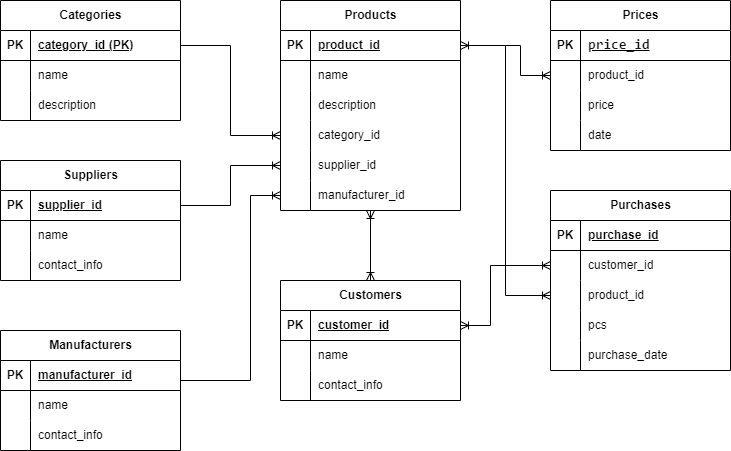
dvlonkin/database_otus keeps this draw.io diagram as Структура БД.png. Above is the earlier version. Source tidied: cells renumbered, new cells last; positions are measured from the earlier drawing's top-left corner, leaving out a move shared by most shapes.
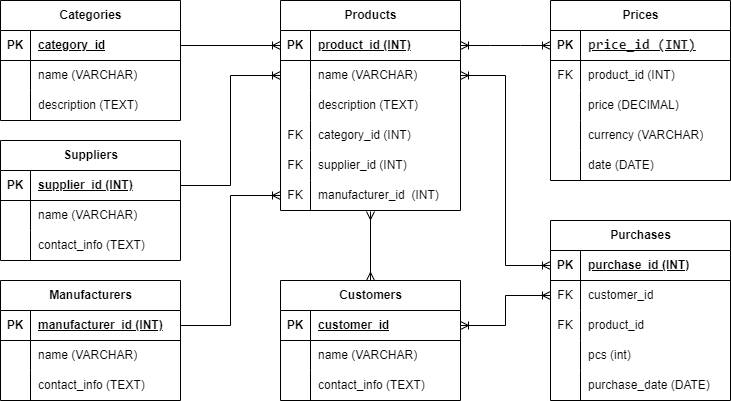
The same file after the commit.

The edit, as a diff of the source:
```diff
@@ -16,3 +16,3 @@
     </mxCell>
-    <mxCell id="6" value="category_id (PK)" style="shape=partialRectangle;fillColor=none;top=0;left=0;bottom=0;right=0;align=left;spacingLeft=6;fontStyle=5;overflow=hidden;whiteSpace=wrap;html=1;" parent="4" vertex="1">
+    <mxCell id="6" value="category_id" style="shape=partialRectangle;fillColor=none;top=0;left=0;bottom=0;right=0;align=left;spacingLeft=6;fontStyle=5;overflow=hidden;whiteSpace=wrap;html=1;" parent="4" vertex="1">
       <mxGeometry x="30" width="150" height="30" as="geometry" />
@@ -25,3 +25,3 @@
     </mxCell>
-    <mxCell id="9" value="name" style="shape=partialRectangle;fillColor=none;top=0;left=0;bottom=0;right=0;align=left;spacingLeft=6;overflow=hidden;whiteSpace=wrap;html=1;" parent="7" vertex="1">
+    <mxCell id="9" value="name&amp;nbsp;(VARCHAR)" style="shape=partialRectangle;fillColor=none;top=0;left=0;bottom=0;right=0;align=left;spacingLeft=6;overflow=hidden;whiteSpace=wrap;html=1;" parent="7" vertex="1">
       <mxGeometry x="30" width="150" height="30" as="geometry" />
@@ -34,3 +34,3 @@
     </mxCell>
-    <mxCell id="12" value="description" style="shape=partialRectangle;fillColor=none;top=0;left=0;bottom=0;right=0;align=left;spacingLeft=6;overflow=hidden;whiteSpace=wrap;html=1;" parent="10" vertex="1">
+    <mxCell id="12" value="description&amp;nbsp;(TEXT)" style="shape=partialRectangle;fillColor=none;top=0;left=0;bottom=0;right=0;align=left;spacingLeft=6;overflow=hidden;whiteSpace=wrap;html=1;" parent="10" vertex="1">
       <mxGeometry x="30" width="150" height="30" as="geometry" />
@@ -49,3 +49,3 @@
     </mxCell>
-    <mxCell id="17" value="product_id" style="shape=partialRectangle;fillColor=none;top=0;left=0;bottom=0;right=0;align=left;spacingLeft=6;fontStyle=5;overflow=hidden;whiteSpace=wrap;html=1;" parent="15" vertex="1">
+    <mxCell id="17" value="product_id (INT)" style="shape=partialRectangle;fillColor=none;top=0;left=0;bottom=0;right=0;align=left;spacingLeft=6;fontStyle=5;overflow=hidden;whiteSpace=wrap;html=1;" parent="15" vertex="1">
       <mxGeometry x="30" width="150" height="30" as="geometry" />
@@ -58,3 +58,3 @@
     </mxCell>
-    <mxCell id="20" value="name" style="shape=partialRectangle;fillColor=none;top=0;left=0;bottom=0;right=0;align=left;spacingLeft=6;overflow=hidden;whiteSpace=wrap;html=1;" parent="18" vertex="1">
+    <mxCell id="20" value="name (VARCHAR)" style="shape=partialRectangle;fillColor=none;top=0;left=0;bottom=0;right=0;align=left;spacingLeft=6;overflow=hidden;whiteSpace=wrap;html=1;" parent="18" vertex="1">
       <mxGeometry x="30" width="150" height="30" as="geometry" />
@@ -67,3 +67,3 @@
     </mxCell>
-    <mxCell id="23" value="description" style="shape=partialRectangle;fillColor=none;top=0;left=0;bottom=0;right=0;align=left;spacingLeft=6;overflow=hidden;whiteSpace=wrap;html=1;" parent="21" vertex="1">
+    <mxCell id="23" value="description (TEXT)" style="shape=partialRectangle;fillColor=none;top=0;left=0;bottom=0;right=0;align=left;spacingLeft=6;overflow=hidden;whiteSpace=wrap;html=1;" parent="21" vertex="1">
       <mxGeometry x="30" width="150" height="30" as="geometry" />
@@ -73,6 +73,6 @@
     </mxCell>
-    <mxCell id="25" style="shape=partialRectangle;fillColor=none;top=0;left=0;bottom=0;right=0;overflow=hidden;whiteSpace=wrap;html=1;" parent="24" vertex="1">
+    <mxCell id="25" value="FK" style="shape=partialRectangle;fillColor=none;top=0;left=0;bottom=0;right=0;overflow=hidden;whiteSpace=wrap;html=1;" parent="24" vertex="1">
       <mxGeometry width="30" height="30" as="geometry" />
     </mxCell>
-    <mxCell id="26" value="category_id" style="shape=partialRectangle;fillColor=none;top=0;left=0;bottom=0;right=0;align=left;spacingLeft=6;overflow=hidden;whiteSpace=wrap;html=1;" parent="24" vertex="1">
+    <mxCell id="26" value="category_id (INT)" style="shape=partialRectangle;fillColor=none;top=0;left=0;bottom=0;right=0;align=left;spacingLeft=6;overflow=hidden;whiteSpace=wrap;html=1;" parent="24" vertex="1">
       <mxGeometry x="30" width="150" height="30" as="geometry" />
@@ -82,6 +82,6 @@
     </mxCell>
-    <mxCell id="28" style="shape=partialRectangle;fillColor=none;top=0;left=0;bottom=0;right=0;overflow=hidden;whiteSpace=wrap;html=1;" parent="27" vertex="1">
+    <mxCell id="28" value="FK" style="shape=partialRectangle;fillColor=none;top=0;left=0;bottom=0;right=0;overflow=hidden;whiteSpace=wrap;html=1;" parent="27" vertex="1">
       <mxGeometry width="30" height="30" as="geometry" />
     </mxCell>
-    <mxCell id="29" value="supplier_id" style="shape=partialRectangle;fillColor=none;top=0;left=0;bottom=0;right=0;align=left;spacingLeft=6;overflow=hidden;whiteSpace=wrap;html=1;" parent="27" vertex="1">
+    <mxCell id="29" value="supplier_id&amp;nbsp;(INT)" style="shape=partialRectangle;fillColor=none;top=0;left=0;bottom=0;right=0;align=left;spacingLeft=6;overflow=hidden;whiteSpace=wrap;html=1;" parent="27" vertex="1">
       <mxGeometry x="30" width="150" height="30" as="geometry" />
@@ -91,6 +91,6 @@
     </mxCell>
-    <mxCell id="31" style="shape=partialRectangle;fillColor=none;top=0;left=0;bottom=0;right=0;overflow=hidden;whiteSpace=wrap;html=1;" parent="30" vertex="1">
+    <mxCell id="31" value="FK" style="shape=partialRectangle;fillColor=none;top=0;left=0;bottom=0;right=0;overflow=hidden;whiteSpace=wrap;html=1;" parent="30" vertex="1">
       <mxGeometry width="30" height="30" as="geometry" />
     </mxCell>
-    <mxCell id="32" value="manufacturer_id" style="shape=partialRectangle;fillColor=none;top=0;left=0;bottom=0;right=0;align=left;spacingLeft=6;overflow=hidden;whiteSpace=wrap;html=1;" parent="30" vertex="1">
+    <mxCell id="32" value="manufacturer_id&amp;nbsp;&amp;nbsp;(INT)" style="shape=partialRectangle;fillColor=none;top=0;left=0;bottom=0;right=0;align=left;spacingLeft=6;overflow=hidden;whiteSpace=wrap;html=1;" parent="30" vertex="1">
       <mxGeometry x="30" width="150" height="30" as="geometry" />
@@ -101,3 +101,3 @@
     <mxCell id="34" value="Prices" style="shape=table;startSize=30;rowLines=0;fontStyle=1;align=center;html=1;" parent="33" vertex="1">
-      <mxGeometry width="180" height="150" as="geometry" />
+      <mxGeometry width="180" height="180" as="geometry" />
     </mxCell>
@@ -109,3 +109,3 @@
     </mxCell>
-    <mxCell id="37" value="&lt;font face=&quot;ui-monospace, SFMono-Regular, Menlo, Monaco, Consolas, Liberation Mono, Courier New, monospace&quot; color=&quot;#171717&quot;&gt;&lt;span style=&quot;font-size: 14px; white-space-collapse: break-spaces;&quot;&gt;price_id&lt;/span&gt;&lt;/font&gt;" style="shape=partialRectangle;fillColor=none;top=0;left=0;bottom=0;right=0;align=left;spacingLeft=6;fontStyle=5;overflow=hidden;whiteSpace=wrap;html=1;" parent="35" vertex="1">
+    <mxCell id="37" value="&lt;font face=&quot;ui-monospace, SFMono-Regular, Menlo, Monaco, Consolas, Liberation Mono, Courier New, monospace&quot; color=&quot;#171717&quot;&gt;&lt;span style=&quot;font-size: 14px; white-space-collapse: break-spaces;&quot;&gt;price_id (INT)&lt;/span&gt;&lt;/font&gt;" style="shape=partialRectangle;fillColor=none;top=0;left=0;bottom=0;right=0;align=left;spacingLeft=6;fontStyle=5;overflow=hidden;whiteSpace=wrap;html=1;" parent="35" vertex="1">
       <mxGeometry x="30" width="150" height="30" as="geometry" />
@@ -115,6 +115,6 @@
     </mxCell>
-    <mxCell id="39" style="shape=partialRectangle;fillColor=none;top=0;left=0;bottom=0;right=0;overflow=hidden;whiteSpace=wrap;html=1;" parent="38" vertex="1">
+    <mxCell id="39" value="FK" style="shape=partialRectangle;fillColor=none;top=0;left=0;bottom=0;right=0;overflow=hidden;whiteSpace=wrap;html=1;" parent="38" vertex="1">
       <mxGeometry width="30" height="30" as="geometry" />
     </mxCell>
-    <mxCell id="40" value="product_id" style="shape=partialRectangle;fillColor=none;top=0;left=0;bottom=0;right=0;align=left;spacingLeft=6;overflow=hidden;whiteSpace=wrap;html=1;" parent="38" vertex="1">
+    <mxCell id="40" value="product_id (INT)" style="shape=partialRectangle;fillColor=none;top=0;left=0;bottom=0;right=0;align=left;spacingLeft=6;overflow=hidden;whiteSpace=wrap;html=1;" parent="38" vertex="1">
       <mxGeometry x="30" width="150" height="30" as="geometry" />
@@ -127,3 +127,3 @@
     </mxCell>
-    <mxCell id="43" value="price" style="shape=partialRectangle;fillColor=none;top=0;left=0;bottom=0;right=0;align=left;spacingLeft=6;overflow=hidden;whiteSpace=wrap;html=1;" parent="41" vertex="1">
+    <mxCell id="43" value="price&amp;nbsp;(DECIMAL)" style="shape=partialRectangle;fillColor=none;top=0;left=0;bottom=0;right=0;align=left;spacingLeft=6;overflow=hidden;whiteSpace=wrap;html=1;" parent="41" vertex="1">
       <mxGeometry x="30" width="150" height="30" as="geometry" />
@@ -136,7 +136,16 @@
     </mxCell>
-    <mxCell id="46" value="date" style="shape=partialRectangle;fillColor=none;top=0;left=0;bottom=0;right=0;align=left;spacingLeft=6;overflow=hidden;whiteSpace=wrap;html=1;" parent="44" vertex="1">
+    <mxCell id="46" value="currency (VARCHAR)" style="shape=partialRectangle;fillColor=none;top=0;left=0;bottom=0;right=0;align=left;spacingLeft=6;overflow=hidden;whiteSpace=wrap;html=1;" parent="44" vertex="1">
       <mxGeometry x="30" width="150" height="30" as="geometry" />
     </mxCell>
+    <mxCell id="100" style="shape=tableRow;horizontal=0;startSize=0;swimlaneHead=0;swimlaneBody=0;fillColor=none;top=0;left=0;right=0;bottom=0;" parent="34" vertex="1">
+      <mxGeometry y="150" width="180" height="30" as="geometry" />
+    </mxCell>
+    <mxCell id="101" style="shape=partialRectangle;fillColor=none;top=0;left=0;bottom=0;right=0;overflow=hidden;whiteSpace=wrap;html=1;" parent="100" vertex="1">
+      <mxGeometry width="30" height="30" as="geometry" />
+    </mxCell>
+    <mxCell id="102" value="date (DATE)" style="shape=partialRectangle;fillColor=none;top=0;left=0;bottom=0;right=0;align=left;spacingLeft=6;overflow=hidden;whiteSpace=wrap;html=1;" parent="100" vertex="1">
+      <mxGeometry x="30" width="150" height="30" as="geometry" />
+    </mxCell>
     <mxCell id="47" value="Suppliers" style="shape=table;startSize=30;rowLines=0;fontStyle=1;align=center;html=1;" parent="1" vertex="1">
-      <mxGeometry y="160" width="180" height="120" as="geometry" />
+      <mxGeometry y="140" width="180" height="120" as="geometry" />
     </mxCell>
@@ -148,3 +157,3 @@
     </mxCell>
-    <mxCell id="50" value="supplier_id" style="shape=partialRectangle;fillColor=none;top=0;left=0;bottom=0;right=0;align=left;spacingLeft=6;fontStyle=5;overflow=hidden;whiteSpace=wrap;html=1;" parent="48" vertex="1">
+    <mxCell id="50" value="supplier_id (INT)" style="shape=partialRectangle;fillColor=none;top=0;left=0;bottom=0;right=0;align=left;spacingLeft=6;fontStyle=5;overflow=hidden;whiteSpace=wrap;html=1;" parent="48" vertex="1">
       <mxGeometry x="30" width="150" height="30" as="geometry" />
@@ -157,3 +166,3 @@
     </mxCell>
-    <mxCell id="53" value="name" style="shape=partialRectangle;fillColor=none;top=0;left=0;bottom=0;right=0;align=left;spacingLeft=6;overflow=hidden;whiteSpace=wrap;html=1;" parent="51" vertex="1">
+    <mxCell id="53" value="name (VARCHAR)" style="shape=partialRectangle;fillColor=none;top=0;left=0;bottom=0;right=0;align=left;spacingLeft=6;overflow=hidden;whiteSpace=wrap;html=1;" parent="51" vertex="1">
       <mxGeometry x="30" width="150" height="30" as="geometry" />
@@ -166,3 +175,3 @@
     </mxCell>
-    <mxCell id="56" value="contact_info" style="shape=partialRectangle;fillColor=none;top=0;left=0;bottom=0;right=0;align=left;spacingLeft=6;overflow=hidden;whiteSpace=wrap;html=1;" parent="54" vertex="1">
+    <mxCell id="56" value="contact_info (TEXT)" style="shape=partialRectangle;fillColor=none;top=0;left=0;bottom=0;right=0;align=left;spacingLeft=6;overflow=hidden;whiteSpace=wrap;html=1;" parent="54" vertex="1">
       <mxGeometry x="30" width="150" height="30" as="geometry" />
@@ -170,3 +179,3 @@
     <mxCell id="57" value="Manufacturers" style="shape=table;startSize=30;rowLines=0;fontStyle=1;align=center;html=1;" parent="1" vertex="1">
-      <mxGeometry y="330" width="180" height="120" as="geometry" />
+      <mxGeometry y="280" width="180" height="120" as="geometry" />
     </mxCell>
@@ -178,3 +187,3 @@
     </mxCell>
-    <mxCell id="60" value="manufacturer_id" style="shape=partialRectangle;fillColor=none;top=0;left=0;bottom=0;right=0;align=left;spacingLeft=6;fontStyle=5;overflow=hidden;whiteSpace=wrap;html=1;" parent="58" vertex="1">
+    <mxCell id="60" value="manufacturer_id&amp;nbsp;(INT)" style="shape=partialRectangle;fillColor=none;top=0;left=0;bottom=0;right=0;align=left;spacingLeft=6;fontStyle=5;overflow=hidden;whiteSpace=wrap;html=1;" parent="58" vertex="1">
       <mxGeometry x="30" width="150" height="30" as="geometry" />
@@ -187,3 +196,3 @@
     </mxCell>
-    <mxCell id="63" value="name" style="shape=partialRectangle;fillColor=none;top=0;left=0;bottom=0;right=0;align=left;spacingLeft=6;overflow=hidden;whiteSpace=wrap;html=1;" parent="61" vertex="1">
+    <mxCell id="63" value="name (VARCHAR)" style="shape=partialRectangle;fillColor=none;top=0;left=0;bottom=0;right=0;align=left;spacingLeft=6;overflow=hidden;whiteSpace=wrap;html=1;" parent="61" vertex="1">
       <mxGeometry x="30" width="150" height="30" as="geometry" />
@@ -196,8 +205,5 @@
     </mxCell>
-    <mxCell id="66" value="contact_info" style="shape=partialRectangle;fillColor=none;top=0;left=0;bottom=0;right=0;align=left;spacingLeft=6;overflow=hidden;whiteSpace=wrap;html=1;" parent="64" vertex="1">
+    <mxCell id="66" value="contact_info (TEXT)" style="shape=partialRectangle;fillColor=none;top=0;left=0;bottom=0;right=0;align=left;spacingLeft=6;overflow=hidden;whiteSpace=wrap;html=1;" parent="64" vertex="1">
       <mxGeometry x="30" width="150" height="30" as="geometry" />
     </mxCell>
-    <mxCell id="67" style="edgeStyle=orthogonalEdgeStyle;rounded=0;jettySize=auto;html=1;exitX=0.5;exitY=0;exitDx=0;exitDy=0;entryX=0.5;entryY=1;entryDx=0;entryDy=0;endArrow=ERoneToMany;endFill=0;startArrow=ERoneToMany;startFill=0;" parent="1" edge="1" source="68" target="14">
-      <mxGeometry relative="1" as="geometry" />
-    </mxCell>
     <mxCell id="68" value="Customers" style="shape=table;startSize=30;rowLines=0;fontStyle=1;align=center;html=1;" parent="1" vertex="1">
@@ -220,3 +226,3 @@
     </mxCell>
-    <mxCell id="74" value="name" style="shape=partialRectangle;fillColor=none;top=0;left=0;bottom=0;right=0;align=left;spacingLeft=6;overflow=hidden;whiteSpace=wrap;html=1;" parent="72" vertex="1">
+    <mxCell id="74" value="name (VARCHAR)" style="shape=partialRectangle;fillColor=none;top=0;left=0;bottom=0;right=0;align=left;spacingLeft=6;overflow=hidden;whiteSpace=wrap;html=1;" parent="72" vertex="1">
       <mxGeometry x="30" width="150" height="30" as="geometry" />
@@ -229,3 +235,3 @@
     </mxCell>
-    <mxCell id="77" value="contact_info" style="shape=partialRectangle;fillColor=none;top=0;left=0;bottom=0;right=0;align=left;spacingLeft=6;overflow=hidden;whiteSpace=wrap;html=1;" parent="75" vertex="1">
+    <mxCell id="77" value="contact_info (TEXT)" style="shape=partialRectangle;fillColor=none;top=0;left=0;bottom=0;right=0;align=left;spacingLeft=6;overflow=hidden;whiteSpace=wrap;html=1;" parent="75" vertex="1">
       <mxGeometry x="30" width="150" height="30" as="geometry" />
@@ -233,3 +239,3 @@
     <mxCell id="78" value="Purchases" style="shape=table;startSize=30;rowLines=0;fontStyle=1;align=center;html=1;" parent="1" vertex="1">
-      <mxGeometry x="550" y="190" width="180" height="180" as="geometry" />
+      <mxGeometry x="550" y="220" width="180" height="180" as="geometry" />
     </mxCell>
@@ -241,3 +247,3 @@
     </mxCell>
-    <mxCell id="81" value="purchase_id" style="shape=partialRectangle;fillColor=none;top=0;left=0;bottom=0;right=0;align=left;spacingLeft=6;fontStyle=5;overflow=hidden;whiteSpace=wrap;html=1;" parent="79" vertex="1">
+    <mxCell id="81" value="purchase_id (INT)" style="shape=partialRectangle;fillColor=none;top=0;left=0;bottom=0;right=0;align=left;spacingLeft=6;fontStyle=5;overflow=hidden;whiteSpace=wrap;html=1;" parent="79" vertex="1">
       <mxGeometry x="30" width="150" height="30" as="geometry" />
@@ -247,3 +253,3 @@
     </mxCell>
-    <mxCell id="83" style="shape=partialRectangle;fillColor=none;top=0;left=0;bottom=0;right=0;overflow=hidden;whiteSpace=wrap;html=1;" parent="82" vertex="1">
+    <mxCell id="83" value="FK" style="shape=partialRectangle;fillColor=none;top=0;left=0;bottom=0;right=0;overflow=hidden;whiteSpace=wrap;html=1;" parent="82" vertex="1">
       <mxGeometry width="30" height="30" as="geometry" />
@@ -256,3 +262,3 @@
     </mxCell>
-    <mxCell id="86" style="shape=partialRectangle;fillColor=none;top=0;left=0;bottom=0;right=0;overflow=hidden;whiteSpace=wrap;html=1;" parent="85" vertex="1">
+    <mxCell id="86" value="FK" style="shape=partialRectangle;fillColor=none;top=0;left=0;bottom=0;right=0;overflow=hidden;whiteSpace=wrap;html=1;" parent="85" vertex="1">
       <mxGeometry width="30" height="30" as="geometry" />
@@ -268,3 +274,3 @@
     </mxCell>
-    <mxCell id="90" value="pcs" style="shape=partialRectangle;fillColor=none;top=0;left=0;bottom=0;right=0;align=left;spacingLeft=6;overflow=hidden;whiteSpace=wrap;html=1;" parent="88" vertex="1">
+    <mxCell id="90" value="pcs (int)" style="shape=partialRectangle;fillColor=none;top=0;left=0;bottom=0;right=0;align=left;spacingLeft=6;overflow=hidden;whiteSpace=wrap;html=1;" parent="88" vertex="1">
       <mxGeometry x="30" width="150" height="30" as="geometry" />
@@ -277,39 +283,26 @@
     </mxCell>
-    <mxCell id="93" value="purchase_date" style="shape=partialRectangle;fillColor=none;top=0;left=0;bottom=0;right=0;align=left;spacingLeft=6;overflow=hidden;whiteSpace=wrap;html=1;" parent="91" vertex="1">
+    <mxCell id="93" value="purchase_date (DATE)" style="shape=partialRectangle;fillColor=none;top=0;left=0;bottom=0;right=0;align=left;spacingLeft=6;overflow=hidden;whiteSpace=wrap;html=1;" parent="91" vertex="1">
       <mxGeometry x="30" width="150" height="30" as="geometry" />
     </mxCell>
-    <mxCell id="94" style="edgeStyle=orthogonalEdgeStyle;fontSize=12;html=1;endArrow=ERoneToMany;rounded=0;exitX=1;exitY=0.5;exitDx=0;exitDy=0;entryX=0;entryY=0.5;entryDx=0;entryDy=0;endFill=0;" parent="1" edge="1" source="15" target="38">
-      <mxGeometry relative="1" as="geometry">
-        <Array as="points">
-          <mxPoint x="520" y="45" />
-          <mxPoint x="520" y="75" />
-        </Array>
-      </mxGeometry>
+    <mxCell id="94" style="edgeStyle=entityRelationEdgeStyle;fontSize=12;html=1;endArrow=ERoneToMany;rounded=0;exitX=1;exitY=0.5;exitDx=0;exitDy=0;entryX=0;entryY=0.5;entryDx=0;entryDy=0;startArrow=ERoneToMany;startFill=0;" parent="1" edge="1" source="15" target="35">
+      <mxGeometry relative="1" as="geometry" />
     </mxCell>
-    <mxCell id="95" style="edgeStyle=orthogonalEdgeStyle;fontSize=12;html=1;endArrow=ERoneToMany;rounded=0;exitX=1;exitY=0.5;exitDx=0;exitDy=0;entryX=0;entryY=0.5;entryDx=0;entryDy=0;endFill=0;startArrow=ERoneToMany;startFill=0;" parent="1" edge="1" source="15" target="85">
+    <mxCell id="95" style="edgeStyle=orthogonalEdgeStyle;fontSize=12;html=1;endArrow=ERoneToMany;rounded=0;exitX=1;exitY=0.5;exitDx=0;exitDy=0;entryX=0;entryY=0.5;entryDx=0;entryDy=0;startArrow=ERoneToMany;startFill=0;" parent="1" edge="1" source="18" target="79">
       <mxGeometry relative="1" as="geometry" />
     </mxCell>
-    <mxCell id="96" style="edgeStyle=orthogonalEdgeStyle;rounded=0;jettySize=auto;html=1;exitX=1;exitY=0.5;exitDx=0;exitDy=0;entryX=0;entryY=0.5;entryDx=0;entryDy=0;endArrow=ERoneToMany;endFill=0;" parent="1" edge="1" source="4" target="24">
+    <mxCell id="96" style="edgeStyle=orthogonalEdgeStyle;rounded=0;jettySize=auto;html=1;exitX=1;exitY=0.5;exitDx=0;exitDy=0;entryX=0;entryY=0.5;entryDx=0;entryDy=0;endArrow=ERoneToMany;endFill=0;" parent="1" edge="1" source="4" target="15">
       <mxGeometry relative="1" as="geometry" />
     </mxCell>
-    <mxCell id="97" style="edgeStyle=orthogonalEdgeStyle;rounded=0;jettySize=auto;html=1;exitX=1;exitY=0.5;exitDx=0;exitDy=0;entryX=0;entryY=0.5;entryDx=0;entryDy=0;endArrow=ERoneToMany;endFill=0;" parent="1" edge="1" source="48" target="27">
-      <mxGeometry relative="1" as="geometry" />
-    </mxCell>
+    <mxCell id="99" style="edgeStyle=orthogonalEdgeStyle;rounded=0;jettySize=auto;html=1;exitX=1;exitY=0.5;exitDx=0;exitDy=0;entryX=0;entryY=0.5;entryDx=0;entryDy=0;endArrow=ERoneToMany;endFill=0;startArrow=ERoneToMany;startFill=0;" parent="1" edge="1" source="69" target="82">
+      <mxGeometry relative="1" as="geometry" />
+    </mxCell>
+    <mxCell id="103" style="edgeStyle=orthogonalEdgeStyle;rounded=0;jettySize=auto;html=1;exitX=1;exitY=0.5;exitDx=0;exitDy=0;entryX=0;entryY=0.5;entryDx=0;entryDy=0;endArrow=ERoneToMany;endFill=0;" parent="1" edge="1" source="48" target="18">
+      <mxGeometry relative="1" as="geometry" />
+    </mxCell>
     <mxCell id="98" style="edgeStyle=orthogonalEdgeStyle;rounded=0;jettySize=auto;html=1;exitX=1;exitY=0.5;exitDx=0;exitDy=0;entryX=0;entryY=0.5;entryDx=0;entryDy=0;endArrow=ERoneToMany;endFill=0;" parent="1" edge="1" source="58" target="30">
-      <mxGeometry relative="1" as="geometry">
-        <Array as="points">
-          <mxPoint x="180" y="380" />
-          <mxPoint x="250" y="380" />
-          <mxPoint x="250" y="195" />
-        </Array>
-      </mxGeometry>
+      <mxGeometry relative="1" as="geometry" />
     </mxCell>
-    <mxCell id="99" style="edgeStyle=orthogonalEdgeStyle;rounded=0;jettySize=auto;html=1;exitX=1;exitY=0.5;exitDx=0;exitDy=0;entryX=0;entryY=0.5;entryDx=0;entryDy=0;endArrow=ERoneToMany;endFill=0;startArrow=ERoneToMany;startFill=0;" parent="1" edge="1" source="69" target="82">
-      <mxGeometry relative="1" as="geometry">
-        <Array as="points">
-          <mxPoint x="490" y="325" />
-          <mxPoint x="490" y="265" />
-        </Array>
-      </mxGeometry>
-    </mxCell>
+    <mxCell id="104" style="edgeStyle=orthogonalEdgeStyle;rounded=0;jettySize=auto;html=1;exitX=0.5;exitY=0;exitDx=0;exitDy=0;entryX=0.5;entryY=1.033;entryDx=0;entryDy=0;entryPerimeter=0;endArrow=ERmany;endFill=0;startArrow=ERmany;startFill=0;" parent="1" edge="1" source="68" target="30">
+      <mxGeometry relative="1" as="geometry" />
+    </mxCell>
   </root>
```
